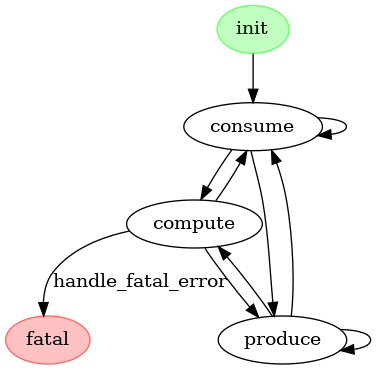
itacarobotics/Metis2 keeps this Graphviz diagram as code/assets/gv_fsm/_fsm_middleware.dot.png. Above is the earlier version. Its source is kept beside it as code/assets/gv_fsm/_fsm_middleware.dot.
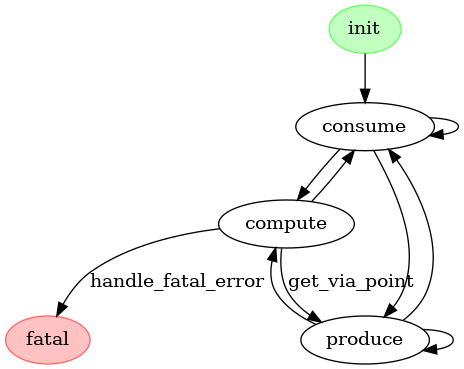
Above is the later version.

Change to the diagram source:
```diff
@@ -10,7 +10,7 @@
 	consume -> compute [label=""]
 	consume -> produce [label=""]
 	compute -> consume [label=""]
-	compute -> produce [label=""]
+	compute -> produce [label=get_via_point]
 	compute -> fatal [label=handle_fatal_error]
 	produce -> compute [label=""]
 	produce -> consume [label=""]
```
